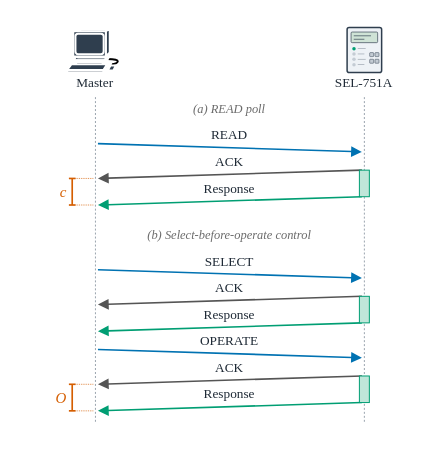
akekulip/DNP3_obf keeps this draw.io diagram as paper/rewrite/figures/fig_ladder.drawio. Above is the earlier version. Source tidied: cells renumbered, new cells numbered last; positions are measured from the earlier drawing's top-left corner, leaving out a move shared by most shapes. Both pictures are drawn from the tidied source at 166%, with x=0, y=0 at pixel (45, 27).
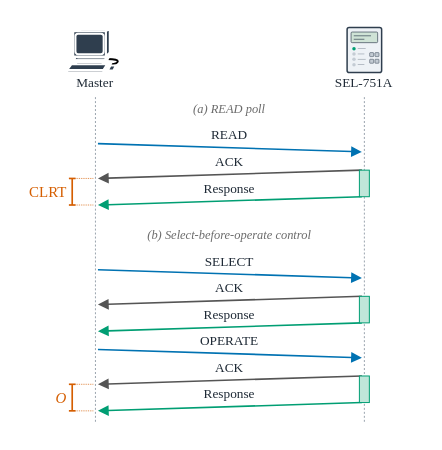
After the change.

Diff of the diagram source:
```diff
@@
-    <mxCell id="36" value="c" style="text;html=0;strokeColor=none;fillColor=none;align=right;verticalAlign=middle;fontFamily=Times New Roman;fontSize=9;fontColor=#D55E00;spacing=0;fontStyle=2;" parent="1" vertex="1">
-      <mxGeometry x="3" y="94" width="10" height="10" as="geometry" />
+    <mxCell id="36" value="CLRT" style="text;html=0;strokeColor=none;fillColor=none;align=right;verticalAlign=middle;fontFamily=Times New Roman;fontSize=9;fontColor=#D55E00;spacing=0;" parent="1" vertex="1">
+      <mxGeometry x="-11" y="94" width="24" height="10" as="geometry" />
     </mxCell>
```
